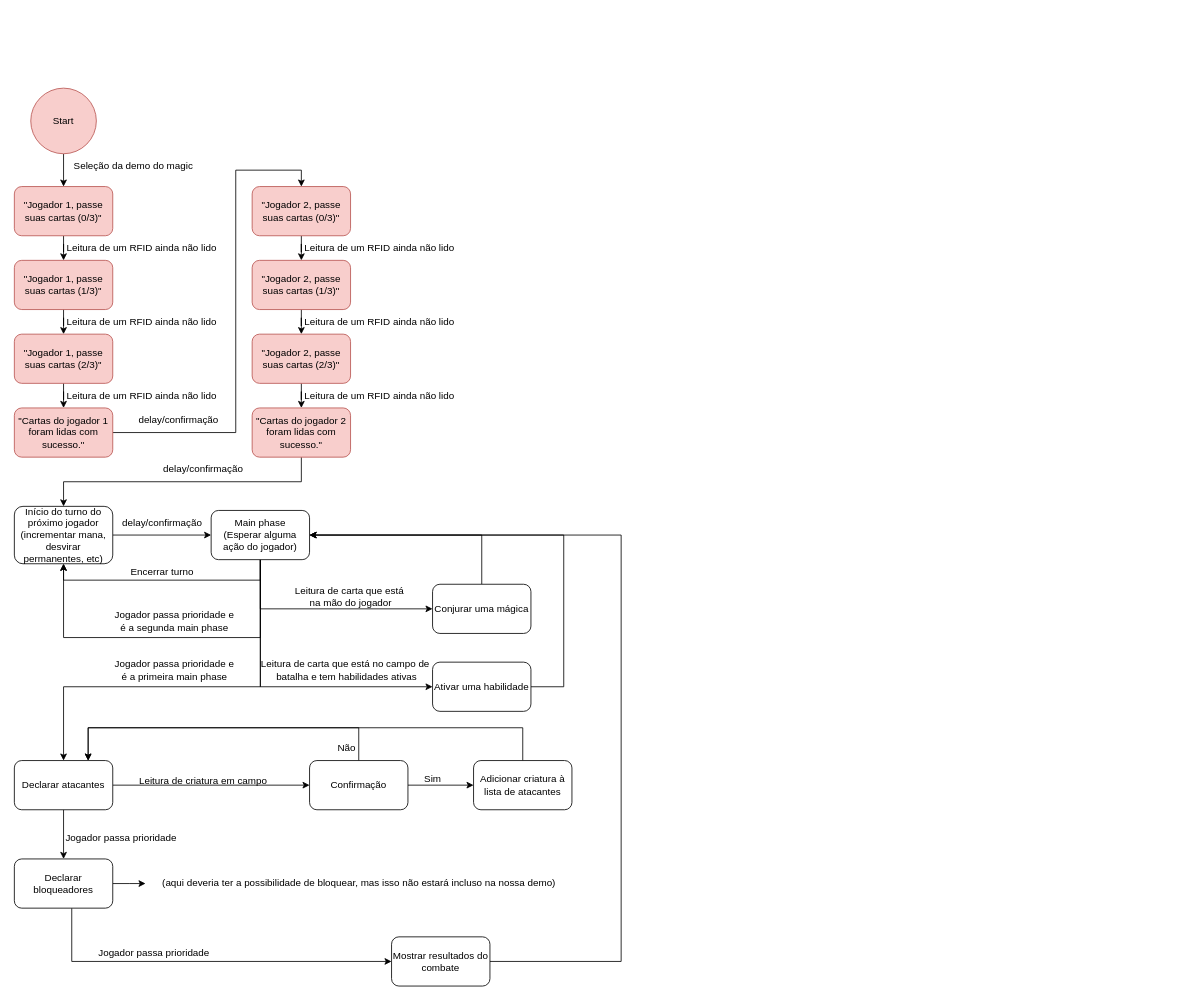
Earlier version of the draw.io diagram documentos/Magic_States.drawio (TochaFh/Projeto-UX-Men). Source tidied: cells renumbered, new cells numbered last; positions are measured from the earlier drawing's top-left corner, leaving out a move shared by most shapes. Both pictures are drawn from the tidied source at 82%, with x=0, y=0 at pixel (14, 88).
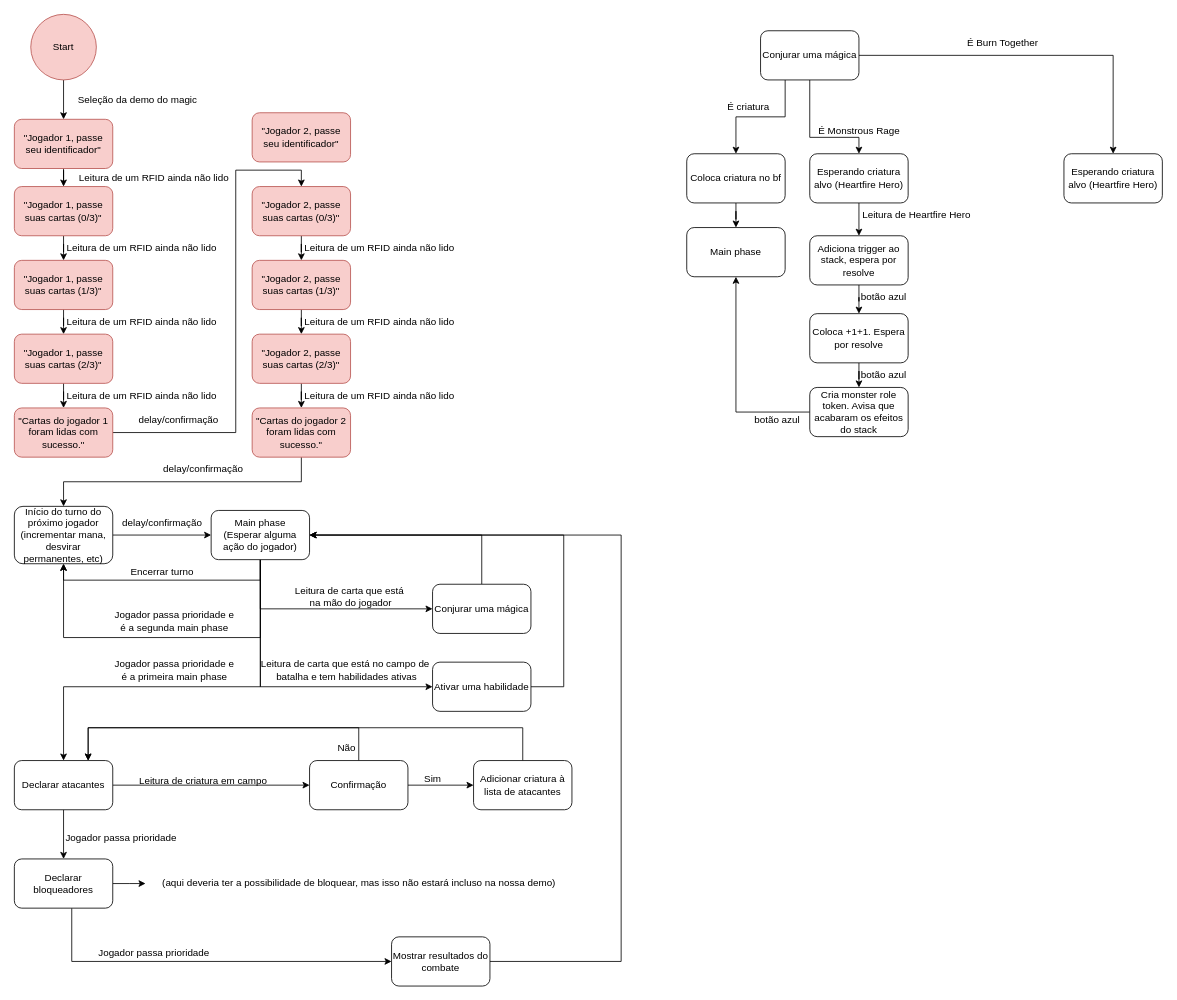
Above is the later version.

Commit message (it also covers changes not shown here):
To continuando desenvolvendo o script do magic :O

Unchanged cells that the change refers to:
```xml
<mxCell id="5" value="&quot;Jogador 1, passe suas cartas (0/3)&quot;" style="rounded=1;whiteSpace=wrap;html=1;fillColor=#f8cecc;strokeColor=#b85450;" parent="1" vertex="1">
  <mxGeometry y="120" width="120" height="60" as="geometry" />
</mxCell>
```

Diff of the diagram source:
```diff
@@
-    <mxCell id="2" style="edgeStyle=orthogonalEdgeStyle;rounded=0;jettySize=auto;html=1;entryX=0.5;entryY=0;entryDx=0;entryDy=0;" parent="1" edge="1" source="3" target="5">
-      <mxGeometry relative="1" as="geometry" />
-    </mxCell>
+    <mxCell id="66" style="edgeStyle=orthogonalEdgeStyle;rounded=0;jettySize=auto;html=1;entryX=0.5;entryY=0;entryDx=0;entryDy=0;" parent="1" edge="1" source="3" target="91">
+      <mxGeometry relative="1" as="geometry" />
+    </mxCell>
     <mxCell id="3" value="Start" style="ellipse;whiteSpace=wrap;html=1;fillColor=#f8cecc;strokeColor=#b85450;" parent="1" vertex="1">
-      <mxGeometry x="20" width="80" height="80" as="geometry" />
+      <mxGeometry x="20" y="-90" width="80" height="80" as="geometry" />
     </mxCell>
@@
     <mxCell id="6" value="Seleção da demo do magic" style="text;html=1;align=center;verticalAlign=middle;strokeColor=none;fillColor=none;" parent="1" vertex="1">
-      <mxGeometry x="60" y="80" width="170" height="30" as="geometry" />
+      <mxGeometry x="65" width="170" height="30" as="geometry" />
     </mxCell>
@@
+    <mxCell id="67" style="edgeStyle=orthogonalEdgeStyle;rounded=0;jettySize=auto;html=1;entryX=0.5;entryY=0;entryDx=0;entryDy=0;exitX=0.25;exitY=1;exitDx=0;exitDy=0;" parent="1" edge="1" source="70" target="72">
+      <mxGeometry relative="1" as="geometry" />
+    </mxCell>
+    <mxCell id="68" style="edgeStyle=orthogonalEdgeStyle;rounded=0;jettySize=auto;html=1;entryX=0.5;entryY=0;entryDx=0;entryDy=0;" parent="1" edge="1" source="70" target="75">
+      <mxGeometry relative="1" as="geometry">
+        <Array as="points">
+          <mxPoint x="970" y="60" />
+          <mxPoint x="1030" y="60" />
+        </Array>
+      </mxGeometry>
+    </mxCell>
+    <mxCell id="69" style="edgeStyle=orthogonalEdgeStyle;rounded=0;jettySize=auto;html=1;" parent="1" edge="1" source="70" target="88">
+      <mxGeometry relative="1" as="geometry" />
+    </mxCell>
+    <mxCell id="70" value="Conjurar uma mágica" style="rounded=1;whiteSpace=wrap;html=1;" parent="1" vertex="1">
+      <mxGeometry x="910" y="-70" width="120" height="60" as="geometry" />
+    </mxCell>
+    <mxCell id="71" style="edgeStyle=orthogonalEdgeStyle;rounded=0;jettySize=auto;html=1;" parent="1" edge="1" source="72" target="80">
+      <mxGeometry relative="1" as="geometry" />
+    </mxCell>
+    <mxCell id="72" value="Coloca criatura no bf" style="rounded=1;whiteSpace=wrap;html=1;" parent="1" vertex="1">
+      <mxGeometry x="820" y="80" width="120" height="60" as="geometry" />
+    </mxCell>
+    <mxCell id="73" value="É criatura" style="text;html=1;align=center;verticalAlign=middle;strokeColor=none;fillColor=none;" parent="1" vertex="1">
+      <mxGeometry x="860" y="8" width="70" height="30" as="geometry" />
+    </mxCell>
+    <mxCell id="74" style="edgeStyle=orthogonalEdgeStyle;rounded=0;jettySize=auto;html=1;entryX=0.5;entryY=0;entryDx=0;entryDy=0;" parent="1" edge="1" source="75" target="78">
+      <mxGeometry relative="1" as="geometry" />
+    </mxCell>
+    <mxCell id="75" value="Esperando criatura alvo (Heartfire Hero)" style="rounded=1;whiteSpace=wrap;html=1;" parent="1" vertex="1">
+      <mxGeometry x="970" y="80" width="120" height="60" as="geometry" />
+    </mxCell>
+    <mxCell id="76" value="É Monstrous Rage" style="text;html=1;align=center;verticalAlign=middle;strokeColor=none;fillColor=none;" parent="1" vertex="1">
+      <mxGeometry x="970" y="38" width="120" height="30" as="geometry" />
+    </mxCell>
+    <mxCell id="77" style="edgeStyle=orthogonalEdgeStyle;rounded=0;jettySize=auto;html=1;" parent="1" edge="1" source="78" target="82">
+      <mxGeometry relative="1" as="geometry" />
+    </mxCell>
+    <mxCell id="78" value="Adiciona trigger ao stack, espera por resolve" style="rounded=1;whiteSpace=wrap;html=1;" parent="1" vertex="1">
+      <mxGeometry x="970" y="180" width="120" height="60" as="geometry" />
+    </mxCell>
+    <mxCell id="79" value="Leitura de Heartfire Hero" style="text;html=1;align=center;verticalAlign=middle;strokeColor=none;fillColor=none;" parent="1" vertex="1">
+      <mxGeometry x="1020" y="140" width="160" height="30" as="geometry" />
+    </mxCell>
+    <mxCell id="80" value="Main phase" style="whiteSpace=wrap;html=1;rounded=1;" parent="1" vertex="1">
+      <mxGeometry x="820" y="170" width="120" height="60" as="geometry" />
+    </mxCell>
+    <mxCell id="81" style="edgeStyle=orthogonalEdgeStyle;rounded=0;jettySize=auto;html=1;entryX=0.5;entryY=0;entryDx=0;entryDy=0;" parent="1" edge="1" source="82" target="85">
+      <mxGeometry relative="1" as="geometry" />
+    </mxCell>
+    <mxCell id="82" value="Coloca +1+1. Espera por resolve" style="whiteSpace=wrap;html=1;rounded=1;" parent="1" vertex="1">
+      <mxGeometry x="970" y="275" width="120" height="60" as="geometry" />
+    </mxCell>
+    <mxCell id="83" value="botão azul" style="text;html=1;align=center;verticalAlign=middle;strokeColor=none;fillColor=none;" parent="1" vertex="1">
+      <mxGeometry x="1020" y="240" width="80" height="30" as="geometry" />
+    </mxCell>
+    <mxCell id="84" style="edgeStyle=orthogonalEdgeStyle;rounded=0;jettySize=auto;html=1;entryX=0.5;entryY=1;entryDx=0;entryDy=0;" parent="1" edge="1" source="85" target="80">
+      <mxGeometry relative="1" as="geometry" />
+    </mxCell>
+    <mxCell id="85" value="Cria monster role token. Avisa que acabaram os efeitos do stack" style="whiteSpace=wrap;html=1;rounded=1;" parent="1" vertex="1">
+      <mxGeometry x="970" y="365" width="120" height="60" as="geometry" />
+    </mxCell>
+    <mxCell id="86" value="botão azul" style="text;html=1;align=center;verticalAlign=middle;strokeColor=none;fillColor=none;" parent="1" vertex="1">
+      <mxGeometry x="1020" y="335" width="80" height="30" as="geometry" />
+    </mxCell>
+    <mxCell id="87" value="botão azul" style="text;html=1;align=center;verticalAlign=middle;strokeColor=none;fillColor=none;" parent="1" vertex="1">
+      <mxGeometry x="890" y="390" width="80" height="30" as="geometry" />
+    </mxCell>
+    <mxCell id="88" value="Esperando criatura alvo (Heartfire Hero)" style="whiteSpace=wrap;html=1;rounded=1;" parent="1" vertex="1">
+      <mxGeometry x="1280" y="80" width="120" height="60" as="geometry" />
+    </mxCell>
+    <mxCell id="89" value="É Burn Together" style="text;html=1;align=center;verticalAlign=middle;strokeColor=none;fillColor=none;" parent="1" vertex="1">
+      <mxGeometry x="1150" y="-70" width="110" height="30" as="geometry" />
+    </mxCell>
+    <mxCell id="90" style="edgeStyle=orthogonalEdgeStyle;rounded=0;jettySize=auto;html=1;entryX=0.5;entryY=0;entryDx=0;entryDy=0;" parent="1" edge="1" source="91" target="5">
+      <mxGeometry relative="1" as="geometry" />
+    </mxCell>
+    <mxCell id="91" value="&quot;Jogador 1, passe seu identificador&quot;" style="rounded=1;whiteSpace=wrap;html=1;fillColor=#f8cecc;strokeColor=#b85450;" parent="1" vertex="1">
+      <mxGeometry y="38" width="120" height="60" as="geometry" />
+    </mxCell>
+    <mxCell id="92" value="Leitura de um RFID ainda não lido" style="text;html=1;align=center;verticalAlign=middle;strokeColor=none;fillColor=none;" parent="1" vertex="1">
+      <mxGeometry x="65" y="95" width="210" height="30" as="geometry" />
+    </mxCell>
+    <mxCell id="93" value="&quot;Jogador 2, passe seu identificador&quot;" style="rounded=1;whiteSpace=wrap;html=1;fillColor=#f8cecc;strokeColor=#b85450;" parent="1" vertex="1">
+      <mxGeometry x="290" y="30" width="120" height="60" as="geometry" />
+    </mxCell>
```
